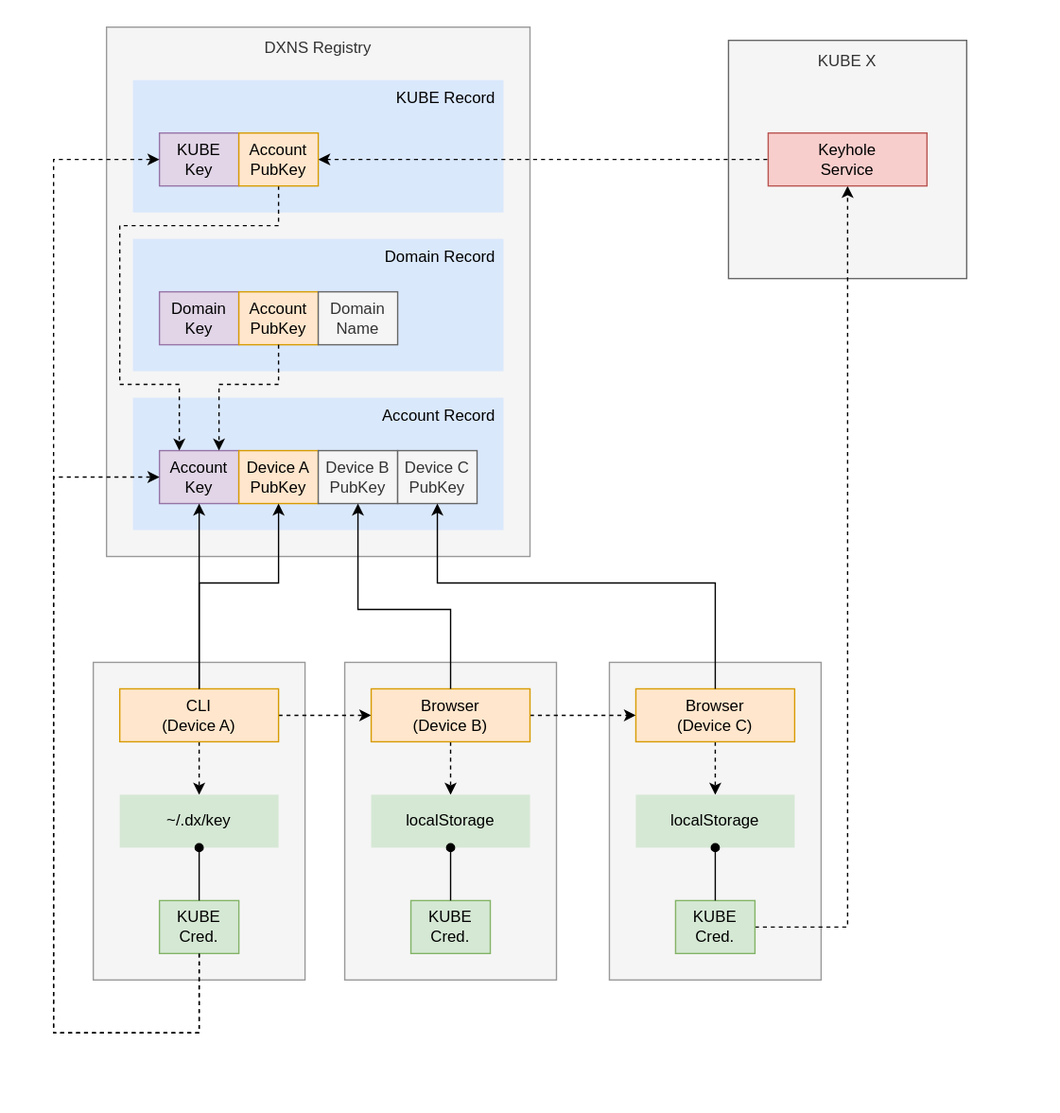
Earlier version of the draw.io export docs/design/diagrams/halo-device-credentials.svg (dxos/dxos). Source tidied: cells renumbered, new cells last; positions are measured from the earlier drawing's top-left corner, leaving out a move shared by most shapes.
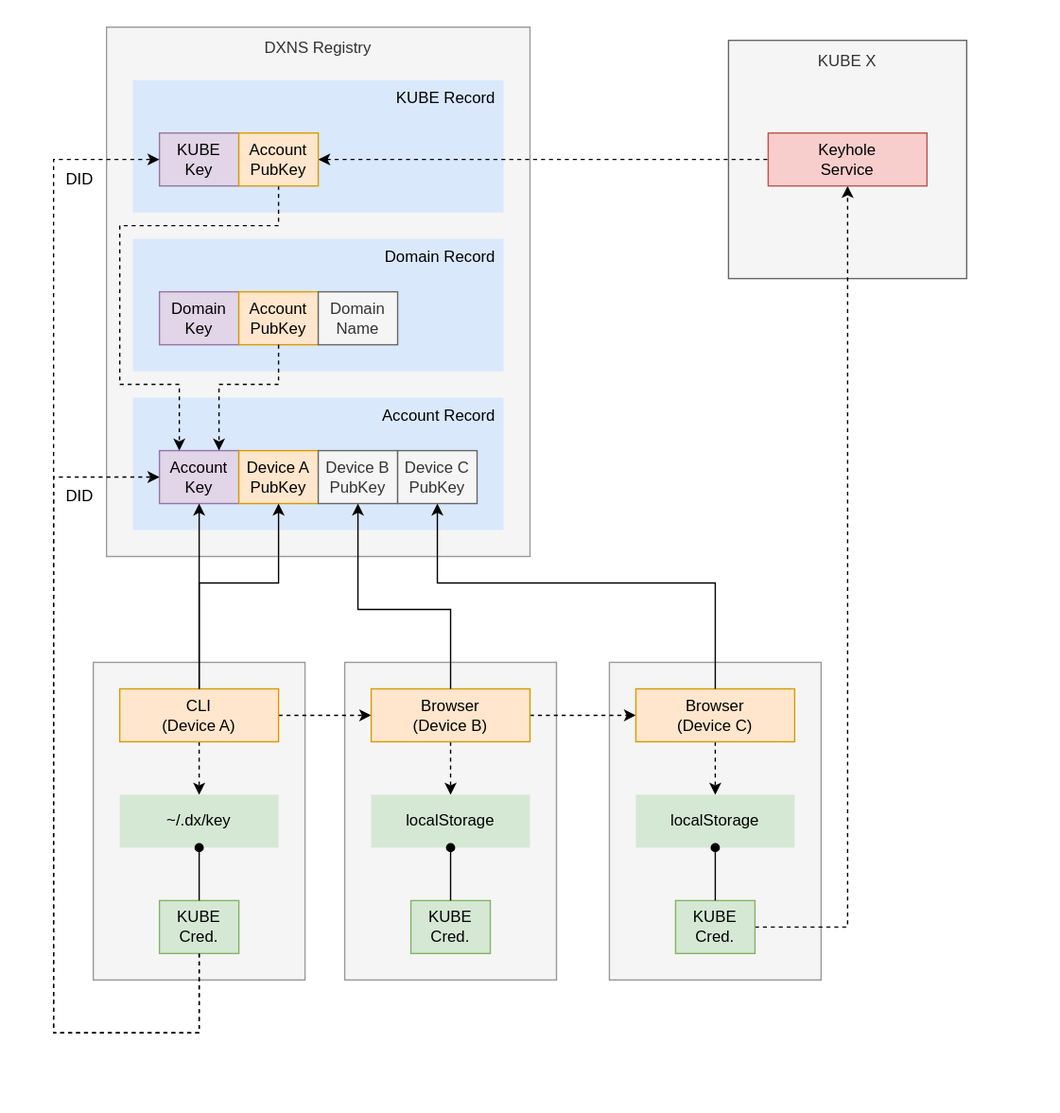
Later version of the same file.

What changed in the source:
```diff
@@ -183,5 +183,11 @@
         </Array>
       </mxGeometry>
     </mxCell>
+    <mxCell id="49" value="DID" style="text;html=1;strokeColor=none;fillColor=none;align=center;verticalAlign=middle;whiteSpace=wrap;rounded=0;" parent="1" vertex="1">
+      <mxGeometry x="40" y="360" width="40" height="30" as="geometry" />
+    </mxCell>
+    <mxCell id="50" value="DID" style="text;html=1;strokeColor=none;fillColor=none;align=center;verticalAlign=middle;whiteSpace=wrap;rounded=0;" parent="1" vertex="1">
+      <mxGeometry x="40" y="120" width="40" height="30" as="geometry" />
+    </mxCell>
   </root>
 </mxGraphModel>
```
